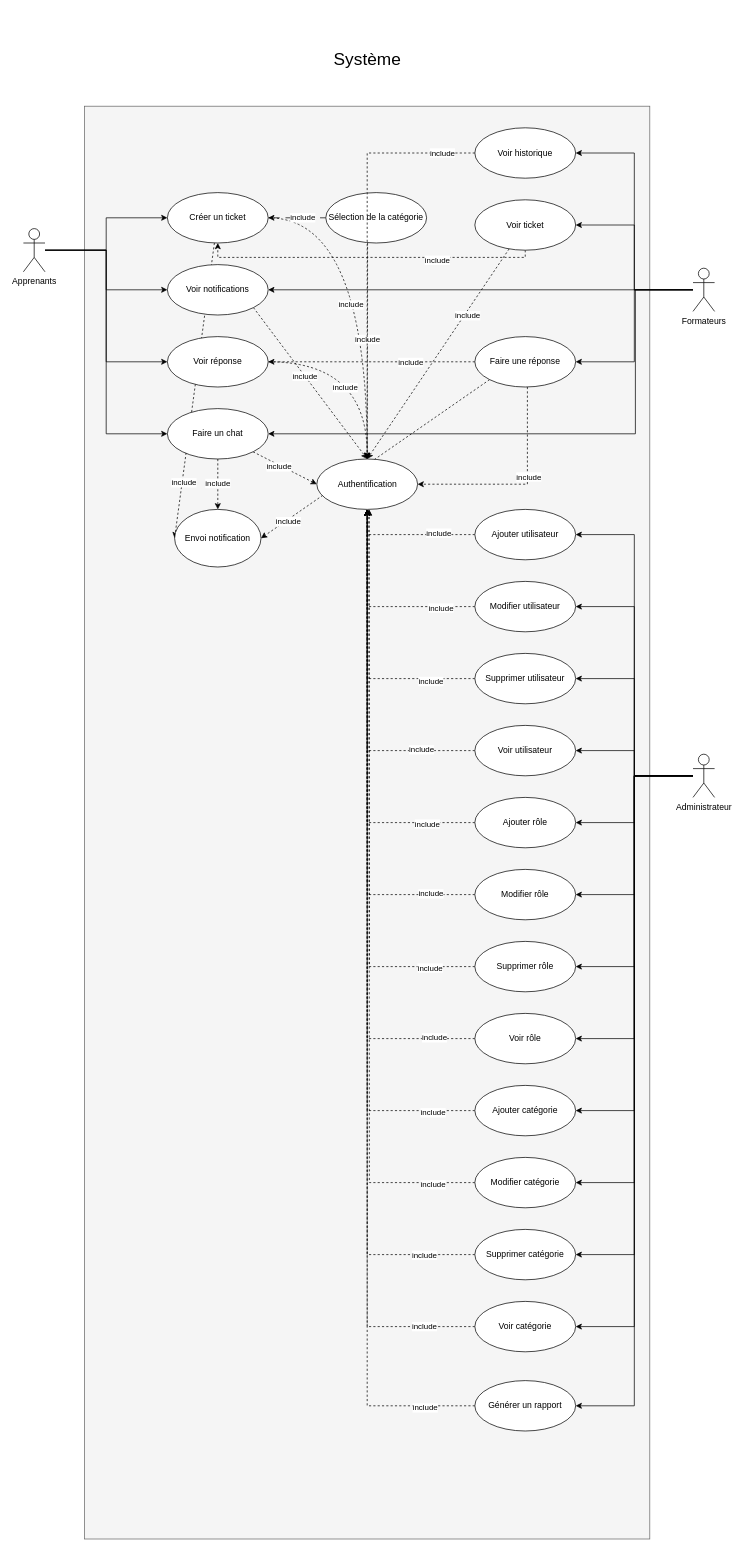
Before: page "Cas d'Utilisation" (1 of 5) of learnandconnect.drawio in reyptz/learnandconnectUML, a draw.io diagram. Source tidied: cells renumbered, new cells numbered last; positions are measured from the earlier drawing's top-left corner, leaving out a move shared by most shapes. Both pictures are drawn from the tidied source at 72%, with x=0, y=0 at pixel (23, 48).
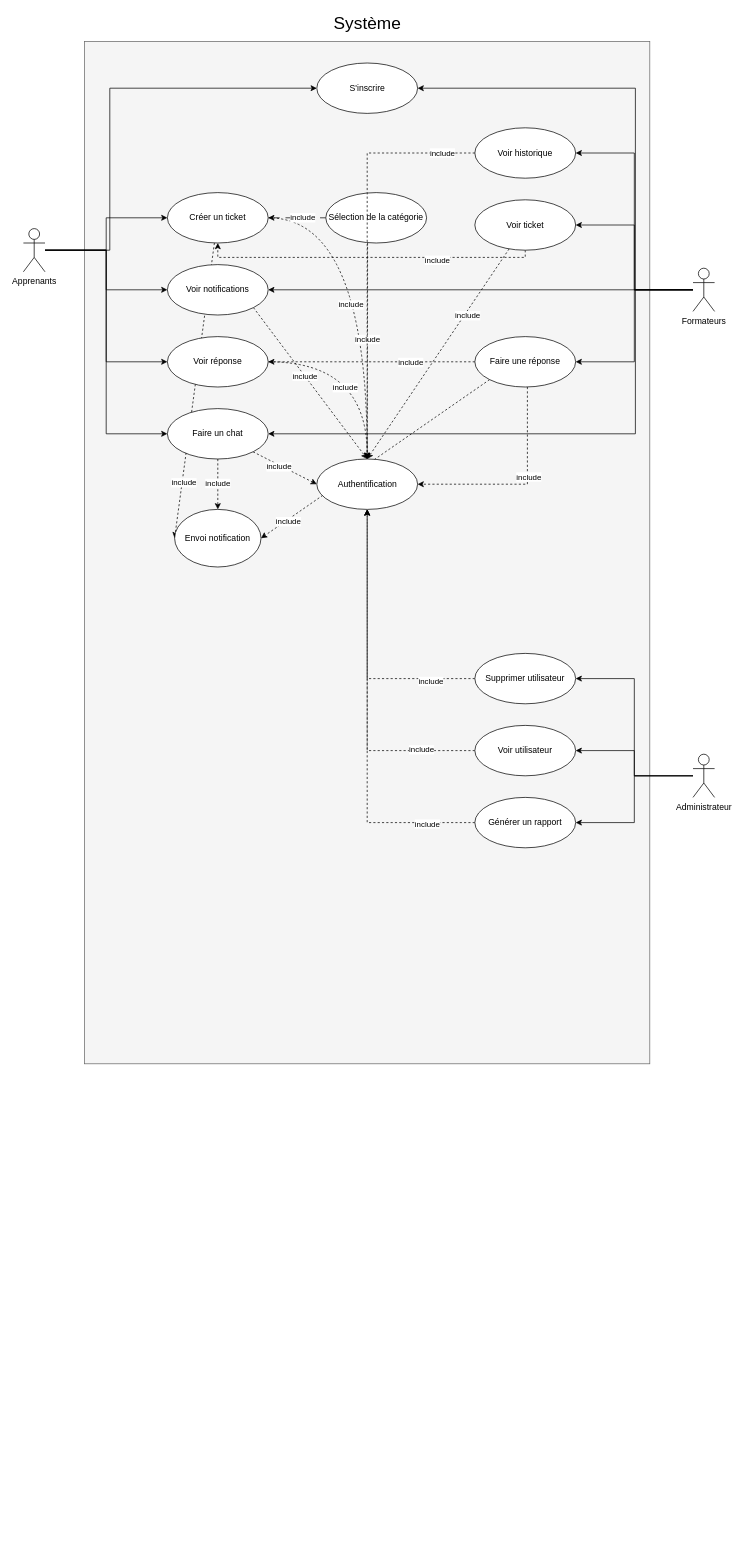
The same diagram, later.

Commit message:
Mettre à jour learnandconnect.drawio

Unchanged cells that the change refers to:
```xml
<mxCell id="8" value="Apprenants" style="shape=umlActor;verticalLabelPosition=bottom;verticalAlign=top;html=1;outlineConnect=0;" parent="1" vertex="1">
  <mxGeometry y="250" width="30" height="60" as="geometry" />
</mxCell>
<mxCell id="14" value="Formateurs" style="shape=umlActor;verticalLabelPosition=bottom;verticalAlign=top;html=1;outlineConnect=0;" parent="1" vertex="1">
  <mxGeometry x="930" y="305" width="30" height="60" as="geometry" />
</mxCell>
<mxCell id="28" value="Administrateur" style="shape=umlActor;verticalLabelPosition=bottom;verticalAlign=top;html=1;outlineConnect=0;" parent="1" vertex="1">
  <mxGeometry x="930" y="980" width="30" height="60" as="geometry" />
</mxCell>
<mxCell id="86" value="Authentification" style="ellipse;whiteSpace=wrap;html=1;" parent="1" vertex="1">
  <mxGeometry x="407.5" y="570" width="140" height="70" as="geometry" />
</mxCell>
```

Diff of the diagram source:
```diff
@@
     <mxCell id="2" style="rounded=0;whiteSpace=wrap;html=1;fillColor=#f5f5f5;fontColor=#333333;strokeColor=#666666;" parent="1" vertex="1">
-      <mxGeometry x="85" y="80" width="785" height="1990" as="geometry" />
+      <mxGeometry x="85" y="-10" width="785" height="1420" as="geometry" />
     </mxCell>
     <mxCell id="3" value="&lt;font style=&quot;font-size: 24px;&quot;&gt;Système&lt;/font&gt;" style="text;html=1;align=center;verticalAlign=middle;whiteSpace=wrap;rounded=0;" parent="1" vertex="1">
-      <mxGeometry x="422.5" width="110" height="30" as="geometry" />
+      <mxGeometry x="422.5" y="-50" width="110" height="30" as="geometry" />
     </mxCell>
@@
+    <mxCell id="106" style="edgeStyle=orthogonalEdgeStyle;rounded=0;jettySize=auto;html=1;entryX=0;entryY=0.5;entryDx=0;entryDy=0;" parent="1" edge="1" source="8" target="108">
+      <mxGeometry relative="1" as="geometry">
+        <Array as="points">
+          <mxPoint x="120" y="280" />
+          <mxPoint x="120" y="55" />
+        </Array>
+      </mxGeometry>
+    </mxCell>
@@
+    <mxCell id="107" style="edgeStyle=orthogonalEdgeStyle;rounded=0;jettySize=auto;html=1;entryX=1;entryY=0.5;entryDx=0;entryDy=0;" parent="1" edge="1" source="14" target="108">
+      <mxGeometry relative="1" as="geometry">
+        <Array as="points">
+          <mxPoint x="850" y="335" />
+          <mxPoint x="850" y="55" />
+        </Array>
+      </mxGeometry>
+    </mxCell>
@@
-    <mxCell id="15" style="edgeStyle=orthogonalEdgeStyle;rounded=0;jettySize=auto;html=1;entryX=1;entryY=0.5;entryDx=0;entryDy=0;" parent="1" edge="1" source="28" target="56">
-      <mxGeometry relative="1" as="geometry" />
-    </mxCell>
-    <mxCell id="16" style="edgeStyle=orthogonalEdgeStyle;rounded=0;jettySize=auto;html=1;entryX=1;entryY=0.5;entryDx=0;entryDy=0;" parent="1" edge="1" source="28" target="53">
-      <mxGeometry relative="1" as="geometry" />
-    </mxCell>
-    <mxCell id="17" style="edgeStyle=orthogonalEdgeStyle;rounded=0;jettySize=auto;html=1;entryX=1;entryY=0.5;entryDx=0;entryDy=0;" parent="1" edge="1" source="28" target="50">
-      <mxGeometry relative="1" as="geometry" />
-    </mxCell>
@@
-    <mxCell id="21" style="edgeStyle=orthogonalEdgeStyle;rounded=0;jettySize=auto;html=1;entryX=1;entryY=0.5;entryDx=0;entryDy=0;" parent="1" edge="1" source="28" target="62">
-      <mxGeometry relative="1" as="geometry" />
-    </mxCell>
-    <mxCell id="22" style="edgeStyle=orthogonalEdgeStyle;rounded=0;jettySize=auto;html=1;entryX=1;entryY=0.5;entryDx=0;entryDy=0;" parent="1" edge="1" source="28" target="59">
-      <mxGeometry relative="1" as="geometry" />
-    </mxCell>
-    <mxCell id="23" style="edgeStyle=orthogonalEdgeStyle;rounded=0;jettySize=auto;html=1;entryX=1;entryY=0.5;entryDx=0;entryDy=0;" parent="1" edge="1" source="28" target="89">
-      <mxGeometry relative="1" as="geometry" />
-    </mxCell>
-    <mxCell id="24" style="edgeStyle=orthogonalEdgeStyle;rounded=0;jettySize=auto;html=1;entryX=1;entryY=0.5;entryDx=0;entryDy=0;" parent="1" edge="1" source="28" target="92">
-      <mxGeometry relative="1" as="geometry" />
-    </mxCell>
-    <mxCell id="25" style="edgeStyle=orthogonalEdgeStyle;rounded=0;jettySize=auto;html=1;entryX=1;entryY=0.5;entryDx=0;entryDy=0;" parent="1" edge="1" source="28" target="95">
-      <mxGeometry relative="1" as="geometry" />
-    </mxCell>
-    <mxCell id="26" style="edgeStyle=orthogonalEdgeStyle;rounded=0;jettySize=auto;html=1;entryX=1;entryY=0.5;entryDx=0;entryDy=0;" parent="1" edge="1" source="28" target="98">
-      <mxGeometry relative="1" as="geometry" />
-    </mxCell>
-    <mxCell id="27" style="edgeStyle=orthogonalEdgeStyle;rounded=0;jettySize=auto;html=1;entryX=1;entryY=0.5;entryDx=0;entryDy=0;" parent="1" edge="1" source="28" target="105">
-      <mxGeometry relative="1" as="geometry" />
-    </mxCell>
@@
-    <mxCell id="47" value="Ajouter&amp;nbsp;rôle" style="ellipse;whiteSpace=wrap;html=1;" parent="1" vertex="1">
+    <mxCell id="47" value="Générer un rapport" style="ellipse;whiteSpace=wrap;html=1;" parent="1" vertex="1">
       <mxGeometry x="627" y="1040" width="140" height="70" as="geometry" />
     </mxCell>
-    <mxCell id="48" style="edgeStyle=orthogonalEdgeStyle;rounded=0;jettySize=auto;html=1;dashed=1;" parent="1" edge="1" source="50" target="86">
-      <mxGeometry relative="1" as="geometry" />
-    </mxCell>
-    <mxCell id="49" value="include" style="edgeLabel;html=1;align=center;verticalAlign=middle;" parent="48" vertex="1">
-      <mxGeometry x="-0.82" y="-2" relative="1" as="geometry" />
-    </mxCell>
-    <mxCell id="50" value="Modifier&amp;nbsp;rôle" style="ellipse;whiteSpace=wrap;html=1;" parent="1" vertex="1">
-      <mxGeometry x="627" y="1140" width="140" height="70" as="geometry" />
-    </mxCell>
-    <mxCell id="51" style="edgeStyle=orthogonalEdgeStyle;rounded=0;jettySize=auto;html=1;dashed=1;" parent="1" edge="1" source="53">
-      <mxGeometry relative="1" as="geometry">
-        <mxPoint x="480" y="640" as="targetPoint" />
-      </mxGeometry>
-    </mxCell>
-    <mxCell id="52" value="include" style="edgeLabel;html=1;align=center;verticalAlign=middle;" parent="51" vertex="1">
-      <mxGeometry x="-0.84" relative="1" as="geometry">
-        <mxPoint y="1" as="offset" />
-      </mxGeometry>
-    </mxCell>
-    <mxCell id="53" value="Supprimer&amp;nbsp;rôle" style="ellipse;whiteSpace=wrap;html=1;" parent="1" vertex="1">
-      <mxGeometry x="627" y="1240" width="140" height="70" as="geometry" />
-    </mxCell>
-    <mxCell id="54" style="edgeStyle=orthogonalEdgeStyle;rounded=0;jettySize=auto;html=1;entryX=0.5;entryY=1;entryDx=0;entryDy=0;dashed=1;" parent="1" edge="1" source="56" target="86">
-      <mxGeometry relative="1" as="geometry" />
-    </mxCell>
-    <mxCell id="55" value="include" style="edgeLabel;html=1;align=center;verticalAlign=middle;" parent="54" vertex="1">
-      <mxGeometry x="-0.87" y="-2" relative="1" as="geometry" />
-    </mxCell>
-    <mxCell id="56" value="Voir rôle" style="ellipse;whiteSpace=wrap;html=1;" parent="1" vertex="1">
-      <mxGeometry x="627" y="1340" width="140" height="70" as="geometry" />
-    </mxCell>
-    <mxCell id="57" style="edgeStyle=orthogonalEdgeStyle;rounded=0;jettySize=auto;html=1;entryX=0.5;entryY=1;entryDx=0;entryDy=0;dashed=1;" parent="1" edge="1" source="59" target="86">
-      <mxGeometry relative="1" as="geometry" />
-    </mxCell>
-    <mxCell id="58" value="include" style="edgeLabel;html=1;align=center;verticalAlign=middle;" parent="57" vertex="1">
-      <mxGeometry x="-0.45" y="-3" relative="1" as="geometry" />
-    </mxCell>
-    <mxCell id="59" value="Ajouter utilisateur" style="ellipse;whiteSpace=wrap;html=1;" parent="1" vertex="1">
-      <mxGeometry x="627" y="640" width="140" height="70" as="geometry" />
-    </mxCell>
-    <mxCell id="60" style="edgeStyle=orthogonalEdgeStyle;rounded=0;jettySize=auto;html=1;entryX=0.5;entryY=1;entryDx=0;entryDy=0;dashed=1;" parent="1" edge="1" source="62" target="86">
-      <mxGeometry relative="1" as="geometry" />
-    </mxCell>
-    <mxCell id="61" value="include" style="edgeLabel;html=1;align=center;verticalAlign=middle;" parent="60" vertex="1">
-      <mxGeometry x="-0.66" relative="1" as="geometry">
-        <mxPoint y="1" as="offset" />
-      </mxGeometry>
-    </mxCell>
-    <mxCell id="62" value="Modifier utilisateur" style="ellipse;whiteSpace=wrap;html=1;" parent="1" vertex="1">
-      <mxGeometry x="627" y="740" width="140" height="70" as="geometry" />
-    </mxCell>
@@
-    <mxCell id="87" style="edgeStyle=orthogonalEdgeStyle;rounded=0;jettySize=auto;html=1;entryX=0.5;entryY=1;entryDx=0;entryDy=0;dashed=1;" parent="1" edge="1" source="89" target="86">
-      <mxGeometry relative="1" as="geometry" />
-    </mxCell>
-    <mxCell id="88" value="include" style="edgeLabel;html=1;align=center;verticalAlign=middle;" parent="87" vertex="1">
-      <mxGeometry x="-0.88" y="2" relative="1" as="geometry" />
-    </mxCell>
-    <mxCell id="89" value="Ajouter&amp;nbsp;catégorie" style="ellipse;whiteSpace=wrap;html=1;" parent="1" vertex="1">
-      <mxGeometry x="627" y="1440" width="140" height="70" as="geometry" />
-    </mxCell>
-    <mxCell id="90" style="edgeStyle=orthogonalEdgeStyle;rounded=0;jettySize=auto;html=1;dashed=1;" parent="1" edge="1" source="92">
-      <mxGeometry relative="1" as="geometry">
-        <mxPoint x="480" y="640" as="targetPoint" />
-      </mxGeometry>
-    </mxCell>
-    <mxCell id="91" value="include" style="edgeLabel;html=1;align=center;verticalAlign=middle;" parent="90" vertex="1">
-      <mxGeometry x="-0.89" y="2" relative="1" as="geometry" />
-    </mxCell>
-    <mxCell id="92" value="Modifier catégorie" style="ellipse;whiteSpace=wrap;html=1;" parent="1" vertex="1">
-      <mxGeometry x="627" y="1540" width="140" height="70" as="geometry" />
-    </mxCell>
-    <mxCell id="93" style="edgeStyle=orthogonalEdgeStyle;rounded=0;jettySize=auto;html=1;entryX=0.5;entryY=1;entryDx=0;entryDy=0;dashed=1;" parent="1" edge="1" source="95" target="86">
-      <mxGeometry relative="1" as="geometry" />
-    </mxCell>
-    <mxCell id="94" value="include" style="edgeLabel;html=1;align=center;verticalAlign=middle;" parent="93" vertex="1">
-      <mxGeometry x="-0.88" relative="1" as="geometry" />
-    </mxCell>
-    <mxCell id="95" value="Supprimer catégorie" style="ellipse;whiteSpace=wrap;html=1;" parent="1" vertex="1">
-      <mxGeometry x="627" y="1640" width="140" height="70" as="geometry" />
-    </mxCell>
-    <mxCell id="96" style="edgeStyle=orthogonalEdgeStyle;rounded=0;jettySize=auto;html=1;entryX=0.5;entryY=1;entryDx=0;entryDy=0;dashed=1;" parent="1" edge="1" source="98" target="86">
-      <mxGeometry relative="1" as="geometry" />
-    </mxCell>
-    <mxCell id="97" value="include" style="edgeLabel;html=1;align=center;verticalAlign=middle;" parent="96" vertex="1">
-      <mxGeometry x="-0.89" y="-1" relative="1" as="geometry" />
-    </mxCell>
-    <mxCell id="98" value="Voir catégorie" style="ellipse;whiteSpace=wrap;html=1;" parent="1" vertex="1">
-      <mxGeometry x="627" y="1740" width="140" height="70" as="geometry" />
-    </mxCell>
@@
-    <mxCell id="103" style="edgeStyle=orthogonalEdgeStyle;rounded=0;jettySize=auto;html=1;entryX=0.5;entryY=1;entryDx=0;entryDy=0;dashed=1;" parent="1" edge="1" source="105" target="86">
-      <mxGeometry relative="1" as="geometry" />
-    </mxCell>
-    <mxCell id="104" value="include" style="edgeLabel;html=1;align=center;verticalAlign=middle;" parent="103" vertex="1">
-      <mxGeometry x="-0.9" y="2" relative="1" as="geometry" />
-    </mxCell>
-    <mxCell id="105" value="Générer un rapport" style="ellipse;whiteSpace=wrap;html=1;" parent="1" vertex="1">
-      <mxGeometry x="627" y="1850" width="140" height="70" as="geometry" />
-    </mxCell>
+    <mxCell id="108" value="S'inscrire" style="ellipse;whiteSpace=wrap;html=1;" parent="1" vertex="1">
+      <mxGeometry x="407.5" y="20" width="140" height="70" as="geometry" />
+    </mxCell>
```
